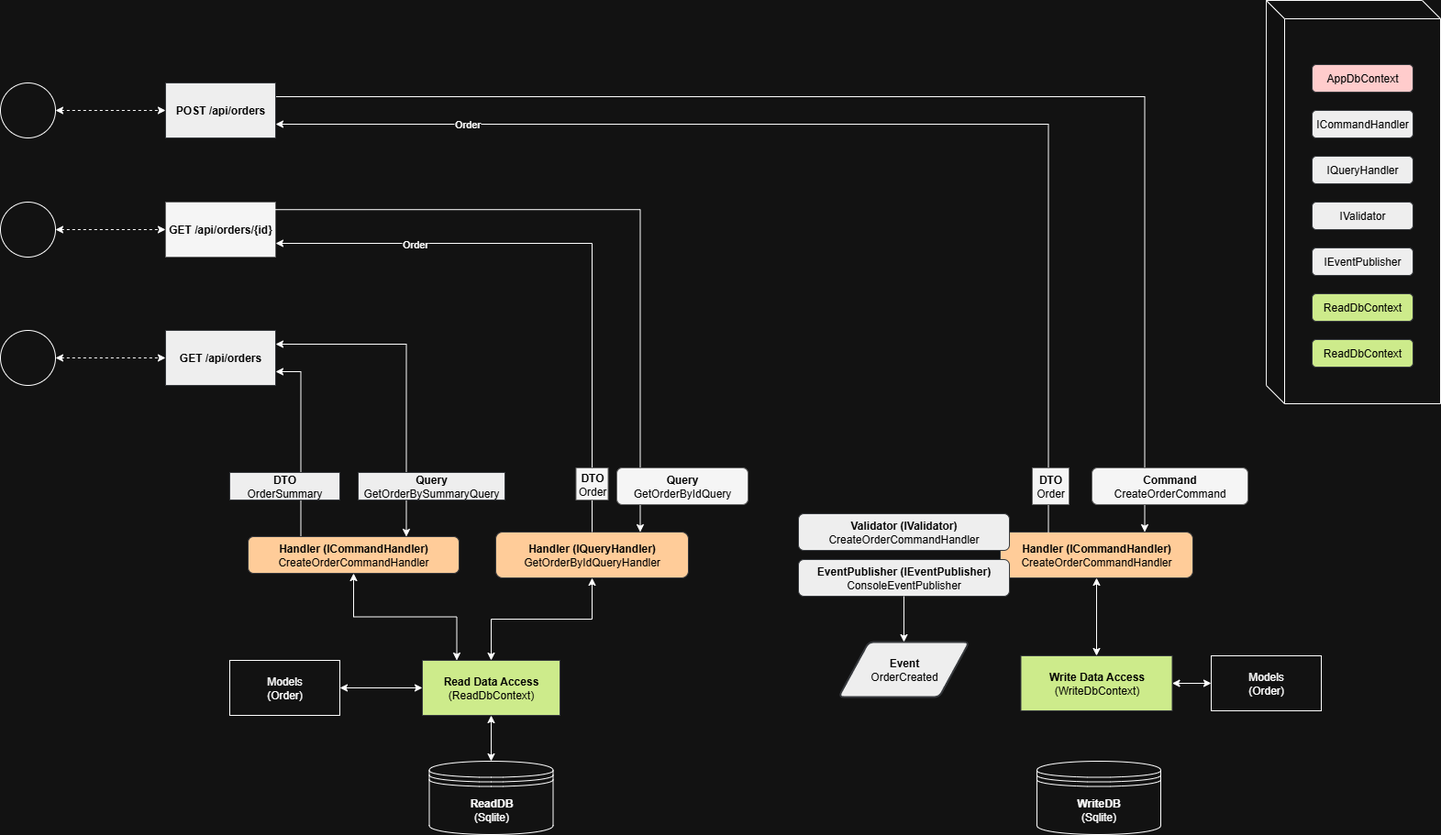
Above: images/Split of Databases CQRS.png in AdrianIgnatius15/CQRS-Minimal-REST-API (draw.io), before the change. Source tidied: cells renumbered, new cells last; positions are measured from the earlier drawing's top-left corner, leaving out a move shared by most shapes.
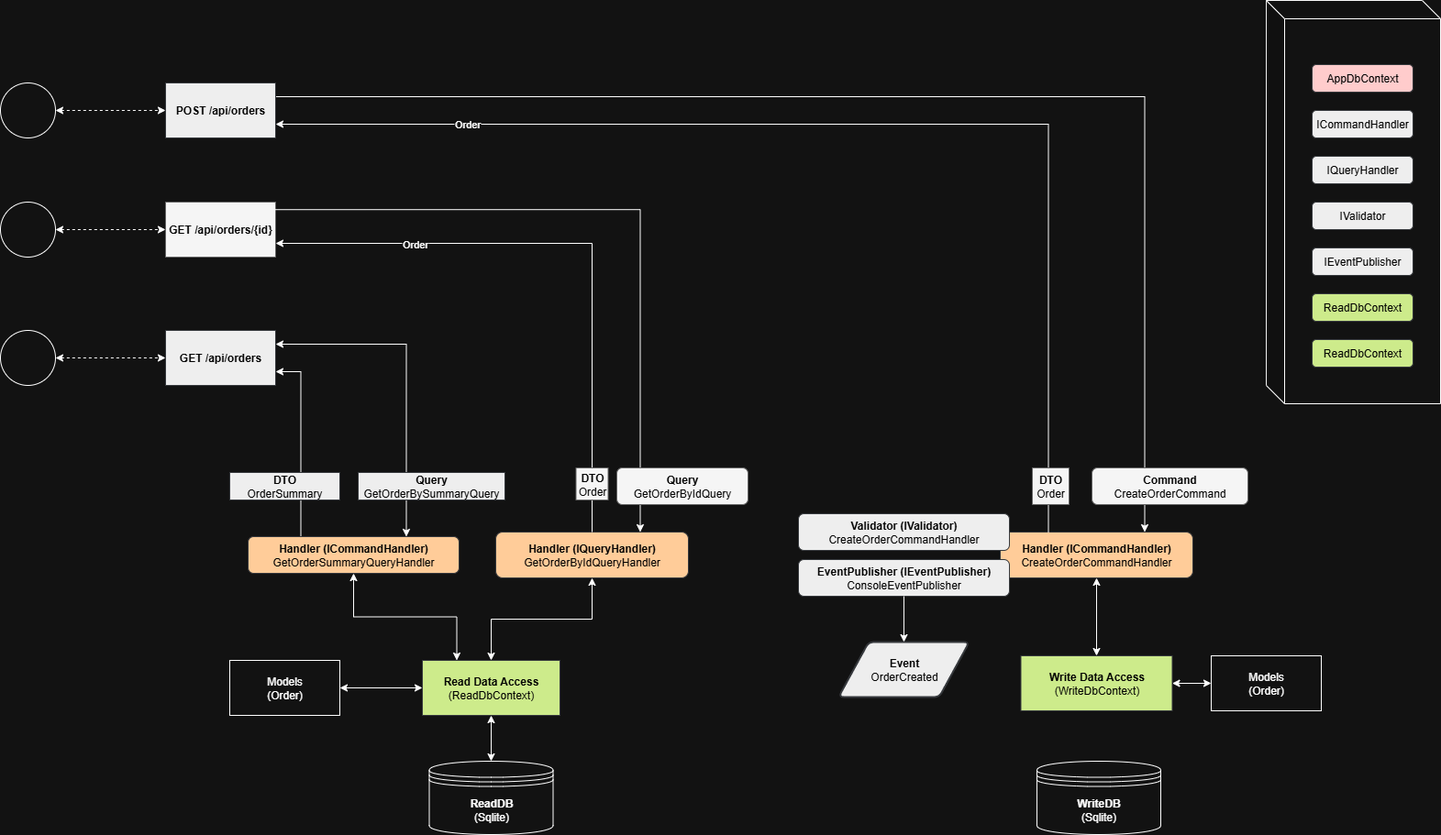
The same file after the commit.

Commit message:
Updated architecture diagram

Change to the diagram source:
```diff
@@ -120,7 +120,7 @@
     <mxCell id="38" value="&lt;font style=&quot;color: rgb(0, 0, 0);&quot;&gt;&lt;b&gt;Query&lt;/b&gt;&lt;br&gt;GetOrderBySummaryQuery&lt;/font&gt;" style="rounded=0;whiteSpace=wrap;html=1;fillColor=#eeeeee;strokeColor=#36393d;" parent="1" vertex="1">
       <mxGeometry x="390" y="515" width="160" height="30" as="geometry" />
     </mxCell>
-    <mxCell id="39" value="&lt;b style=&quot;color: rgb(0, 0, 0);&quot;&gt;Handler (ICommandHandler)&lt;br&gt;&lt;/b&gt;&lt;span style=&quot;color: rgb(0, 0, 0);&quot;&gt;CreateOrderCommandHandler&lt;/span&gt;" style="rounded=1;whiteSpace=wrap;html=1;fillColor=#ffcc99;strokeColor=#36393d;" parent="1" vertex="1">
+    <mxCell id="39" value="&lt;b style=&quot;color: rgb(0, 0, 0);&quot;&gt;Handler (ICommandHandler)&lt;br&gt;&lt;/b&gt;&lt;span style=&quot;color: rgb(0, 0, 0);&quot;&gt;GetOrderSummaryQueryHandler&lt;/span&gt;" style="rounded=1;whiteSpace=wrap;html=1;fillColor=#ffcc99;strokeColor=#36393d;" parent="1" vertex="1">
       <mxGeometry x="270" y="585" width="230" height="40" as="geometry" />
     </mxCell>
     <mxCell id="40" style="endArrow=classic;startArrow=classic;html=1;rounded=0;entryX=0.5;entryY=1;entryDx=0;entryDy=0;exitX=0.25;exitY=0;exitDx=0;exitDy=0;edgeStyle=orthogonalEdgeStyle;" parent="1" edge="1" source="12" target="39">
```
